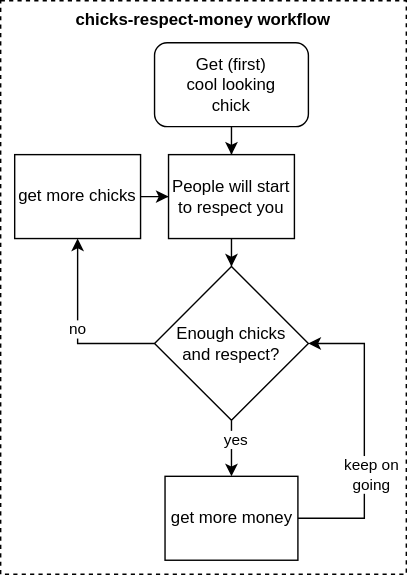
The draw.io diagram entertain/wtf/_chicks-respect-money.drawio.svg in sonj4ev4/FullByte.github.io, before a commit. Source tidied: cells renumbered, new cells last; positions are measured from the earlier drawing's top-left corner, leaving out a move shared by most shapes.
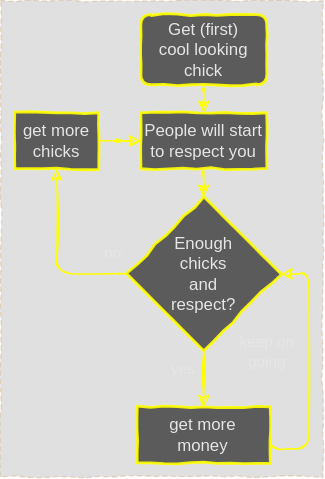
After the change.

The edit, as a diff of the source:
```diff
@@ -2,56 +2,61 @@
   <root>
     <mxCell id="0" />
     <mxCell id="1" parent="0" />
-    <mxCell id="2" value="&lt;b&gt;chicks-respect-money workflow&lt;/b&gt;" style="rounded=0;whiteSpace=wrap;html=1;dashed=1;verticalAlign=top;" parent="1" vertex="1">
-      <mxGeometry width="290" height="410" as="geometry" />
+    <mxCell id="2" style="rounded=0;whiteSpace=wrap;html=1;dashed=1;verticalAlign=top;comic=1;fillColor=#666666;opacity=20;strokeColor=#b46504;" parent="1" vertex="1">
+      <mxGeometry x="20" y="50" width="230" height="340" as="geometry" />
     </mxCell>
-    <mxCell id="3" style="edgeStyle=orthogonalEdgeStyle;rounded=0;jettySize=auto;html=1;entryX=0.5;entryY=0;entryDx=0;entryDy=0;" parent="1" edge="1" source="4" target="13">
+    <mxCell id="3" style="edgeStyle=orthogonalEdgeStyle;jettySize=auto;html=1;entryX=0.5;entryY=0;entryDx=0;entryDy=0;comic=1;rounded=1;shadow=0;sketch=1;strokeColor=#FFFF00;" parent="1" edge="1" source="4" target="13">
       <mxGeometry relative="1" as="geometry" />
     </mxCell>
-    <mxCell id="4" value="Get (first)&lt;br&gt;cool looking&lt;br&gt;chick" style="rounded=1;whiteSpace=wrap;html=1;" parent="1" vertex="1">
-      <mxGeometry x="110" y="30" width="110" height="60" as="geometry" />
+    <mxCell id="4" value="Get (first)&lt;br&gt;cool looking&lt;br&gt;chick" style="rounded=1;whiteSpace=wrap;html=1;comic=1;strokeWidth=2;strokeColor=#FFFF00;fillColor=#4D4D4D;opacity=90;fontColor=#E6E6E6;" parent="1" vertex="1">
+      <mxGeometry x="120" y="60" width="90" height="50" as="geometry" />
     </mxCell>
-    <mxCell id="5" value="no" style="edgeStyle=orthogonalEdgeStyle;rounded=0;jettySize=auto;html=1;entryX=0.5;entryY=1;entryDx=0;entryDy=0;exitX=0;exitY=0.5;exitDx=0;exitDy=0;" parent="1" edge="1" source="8" target="15">
-      <mxGeometry relative="1" as="geometry">
+    <mxCell id="5" value="&lt;font&gt;no&lt;/font&gt;" style="edgeStyle=orthogonalEdgeStyle;jettySize=auto;html=1;entryX=0.5;entryY=1;entryDx=0;entryDy=0;exitX=0;exitY=0.5;exitDx=0;exitDy=0;comic=1;rounded=1;shadow=0;sketch=1;strokeColor=#FFFF00;fontColor=#E6E6E6;labelBackgroundColor=none;" parent="1" edge="1" source="8" target="15">
+      <mxGeometry x="-0.85" y="-15" relative="1" as="geometry">
         <Array as="points">
-          <mxPoint x="55" y="245" />
+          <mxPoint x="60" y="245" />
         </Array>
       </mxGeometry>
     </mxCell>
-    <mxCell id="6" style="edgeStyle=orthogonalEdgeStyle;rounded=0;jettySize=auto;html=1;entryX=0.5;entryY=0;entryDx=0;entryDy=0;" parent="1" edge="1" source="8" target="11">
+    <mxCell id="6" style="edgeStyle=orthogonalEdgeStyle;jettySize=auto;html=1;entryX=0.5;entryY=0;entryDx=0;entryDy=0;comic=1;rounded=1;shadow=0;sketch=1;strokeColor=#FFFF00;" parent="1" edge="1" source="8" target="11">
       <mxGeometry relative="1" as="geometry" />
     </mxCell>
-    <mxCell id="7" value="yes" style="edgeLabel;html=1;align=center;verticalAlign=middle;" parent="6" vertex="1">
-      <mxGeometry x="-0.35" y="2" relative="1" as="geometry" />
+    <mxCell id="7" value="yes" style="edgeLabel;html=1;align=center;verticalAlign=middle;comic=1;fontColor=#E6E6E6;labelBackgroundColor=none;" parent="6" vertex="1">
+      <mxGeometry x="-0.35" y="2" relative="1" as="geometry">
+        <mxPoint x="-17" as="offset" />
+      </mxGeometry>
     </mxCell>
-    <mxCell id="8" value="Enough chicks&lt;br&gt;and respect?" style="rhombus;whiteSpace=wrap;html=1;" parent="1" vertex="1">
+    <mxCell id="8" value="Enough&lt;br&gt;chicks&lt;br&gt;and&lt;br&gt;respect?" style="rhombus;whiteSpace=wrap;html=1;comic=1;strokeWidth=2;strokeColor=#FFFF00;fillColor=#4D4D4D;opacity=90;fontColor=#E6E6E6;" parent="1" vertex="1">
       <mxGeometry x="110" y="190" width="110" height="110" as="geometry" />
     </mxCell>
-    <mxCell id="9" style="edgeStyle=orthogonalEdgeStyle;rounded=0;jettySize=auto;html=1;exitX=1;exitY=0.5;exitDx=0;exitDy=0;entryX=1;entryY=0.5;entryDx=0;entryDy=0;" parent="1" edge="1" source="11" target="8">
+    <mxCell id="9" style="edgeStyle=orthogonalEdgeStyle;jettySize=auto;html=1;exitX=1;exitY=0.5;exitDx=0;exitDy=0;entryX=1;entryY=0.5;entryDx=0;entryDy=0;comic=1;rounded=1;shadow=0;sketch=1;strokeColor=#FFFF00;" parent="1" edge="1" source="11" target="8">
       <mxGeometry relative="1" as="geometry">
         <Array as="points">
-          <mxPoint x="260" y="370" />
-          <mxPoint x="260" y="245" />
+          <mxPoint x="213" y="370" />
+          <mxPoint x="240" y="370" />
+          <mxPoint x="240" y="245" />
         </Array>
       </mxGeometry>
     </mxCell>
-    <mxCell id="10" value="keep on&lt;br&gt;going" style="edgeLabel;html=1;align=center;verticalAlign=middle;" parent="9" vertex="1">
-      <mxGeometry x="-0.26" y="-4" relative="1" as="geometry" />
+    <mxCell id="10" value="keep on&lt;br&gt;going" style="edgeLabel;html=1;align=center;verticalAlign=middle;comic=1;fontColor=#E6E6E6;labelBackgroundColor=none;" parent="9" vertex="1">
+      <mxGeometry x="-0.26" y="-4" relative="1" as="geometry">
+        <mxPoint x="-34" y="-39" as="offset" />
+      </mxGeometry>
     </mxCell>
-    <mxCell id="11" value="get more money" style="rounded=0;whiteSpace=wrap;html=1;" parent="1" vertex="1">
-      <mxGeometry x="117.5" y="340" width="95" height="60" as="geometry" />
+    <mxCell id="11" value="get more&lt;br&gt;money" style="rounded=0;whiteSpace=wrap;html=1;comic=1;strokeWidth=2;strokeColor=#FFFF00;fillColor=#4D4D4D;opacity=90;fontColor=#E6E6E6;" parent="1" vertex="1">
+      <mxGeometry x="117.5" y="340" width="95" height="40" as="geometry" />
     </mxCell>
-    <mxCell id="12" style="edgeStyle=orthogonalEdgeStyle;rounded=0;jettySize=auto;html=1;entryX=0.5;entryY=0;entryDx=0;entryDy=0;" parent="1" edge="1" source="13" target="8">
+    <mxCell id="12" style="edgeStyle=orthogonalEdgeStyle;jettySize=auto;html=1;entryX=0.5;entryY=0;entryDx=0;entryDy=0;comic=1;rounded=1;shadow=0;sketch=1;strokeColor=#FFFF00;" parent="1" edge="1" source="13" target="8">
       <mxGeometry relative="1" as="geometry" />
     </mxCell>
-    <mxCell id="13" value="People will start to respect you" style="rounded=0;whiteSpace=wrap;html=1;" parent="1" vertex="1">
-      <mxGeometry x="120" y="110" width="90" height="60" as="geometry" />
+    <mxCell id="13" value="People will start to respect you" style="rounded=0;whiteSpace=wrap;html=1;comic=1;strokeWidth=2;strokeColor=#FFFF00;fillColor=#4D4D4D;opacity=90;fontColor=#E6E6E6;" parent="1" vertex="1">
+      <mxGeometry x="120" y="130" width="90" height="40" as="geometry" />
     </mxCell>
-    <mxCell id="14" style="edgeStyle=orthogonalEdgeStyle;rounded=0;jettySize=auto;html=1;entryX=0;entryY=0.5;entryDx=0;entryDy=0;" parent="1" edge="1" source="15" target="13">
+    <mxCell id="14" style="edgeStyle=orthogonalEdgeStyle;jettySize=auto;html=1;entryX=0;entryY=0.5;entryDx=0;entryDy=0;comic=1;rounded=1;shadow=0;sketch=1;strokeColor=#FFFF00;" parent="1" edge="1" source="15" target="13">
       <mxGeometry relative="1" as="geometry" />
     </mxCell>
-    <mxCell id="15" value="get more chicks" style="rounded=0;whiteSpace=wrap;html=1;" parent="1" vertex="1">
-      <mxGeometry x="10" y="110" width="90" height="60" as="geometry" />
+    <mxCell id="15" value="get more&lt;br&gt;chicks" style="rounded=0;whiteSpace=wrap;html=1;comic=1;strokeWidth=2;strokeColor=#FFFF00;fillColor=#4D4D4D;opacity=90;fontColor=#E6E6E6;" parent="1" vertex="1">
+      <mxGeometry x="30" y="130" width="60" height="40" as="geometry" />
     </mxCell>
   </root>
 </mxGraphModel>
```
